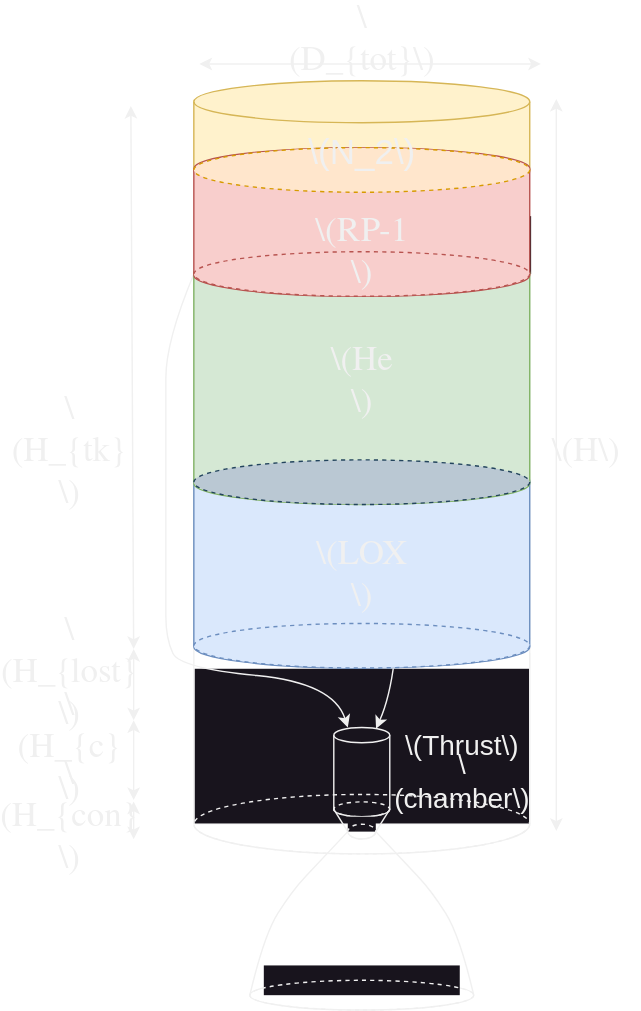
This is Images/DRY-1.svg from turcualexd/Lockheed-Martini, a draw.io export, as it was before one commit. Source tidied: cells renumbered, new cells last; positions are measured from the earlier drawing's top-left corner, leaving out a move shared by most shapes. Source of this version:
```xml
<mxGraphModel math="1">
  <root>
    <mxCell id="0" />
    <mxCell id="1" parent="0" />
    <mxCell id="2" style="group;" parent="1" vertex="1">
      <mxGeometry x="108" y="56" width="261" height="664" as="geometry" />
    </mxCell>
    <mxCell id="3" style="group;" parent="2" vertex="1">
      <mxGeometry width="261" height="552.4" as="geometry" />
    </mxCell>
    <mxCell id="4" style="endArrow=none;html=1;rounded=0;exitX=1;exitY=0.5;exitDx=0;exitDy=0;entryX=1;entryY=1;entryDx=0;entryDy=-15;entryPerimeter=0;" parent="3" edge="1" source="10" target="26">
      <mxGeometry relative="1" as="geometry" />
    </mxCell>
    <mxCell id="5" style="ellipse;whiteSpace=wrap;html=1;fillColor=none;" parent="3" vertex="1">
      <mxGeometry x="20" y="510" width="240" height="42.5" as="geometry" />
    </mxCell>
    <mxCell id="6" style="rounded=0;whiteSpace=wrap;html=1;fillStyle=auto;strokeColor=#FFFFFF;" parent="3" vertex="1">
      <mxGeometry x="20" y="419.6" width="240" height="111.6" as="geometry" />
    </mxCell>
    <mxCell id="7" style="endArrow=none;html=1;rounded=0;entryX=0;entryY=0.5;entryDx=0;entryDy=0;" parent="3" edge="1">
      <mxGeometry relative="1" as="geometry">
        <mxPoint x="20" y="531.2" as="sourcePoint" />
        <mxPoint x="20" y="21.2" as="targetPoint" />
      </mxGeometry>
    </mxCell>
    <mxCell id="8" style="shape=cylinder3;whiteSpace=wrap;html=1;boundedLbl=1;backgroundOutline=1;size=5.441341293590767;" parent="3" vertex="1">
      <mxGeometry x="120" y="462.1" width="40" height="63.7" as="geometry" />
    </mxCell>
    <mxCell id="9" style="ellipse;whiteSpace=wrap;html=1;fillColor=none;dashed=1;" parent="3" vertex="1">
      <mxGeometry x="120" y="515.3" width="40" height="10.6" as="geometry" />
    </mxCell>
    <mxCell id="10" style="ellipse;whiteSpace=wrap;html=1;fillColor=none;dashed=1;" parent="3" vertex="1">
      <mxGeometry x="20" y="510" width="240" height="42.5" as="geometry" />
    </mxCell>
    <mxCell id="11" style="shape=cylinder3;whiteSpace=wrap;html=1;boundedLbl=1;backgroundOutline=1;size=15;" parent="3" vertex="1">
      <mxGeometry x="20" y="122.2" width="240" height="292.2" as="geometry" />
    </mxCell>
    <mxCell id="12" style="ellipse;whiteSpace=wrap;html=1;fillColor=none;dashed=1;" parent="3" vertex="1">
      <mxGeometry x="20" y="382.5" width="240" height="31.9" as="geometry" />
    </mxCell>
    <mxCell id="13" style="edgeStyle=orthogonalEdgeStyle;rounded=0;orthogonalLoop=1;jettySize=auto;html=1;exitX=0.5;exitY=1;exitDx=0;exitDy=0;" parent="3" edge="1" source="18" target="18">
      <mxGeometry relative="1" as="geometry" />
    </mxCell>
    <mxCell id="14" style="curved=1;endArrow=classic;html=1;rounded=0;entryX=0.5;entryY=0;entryDx=0;entryDy=0;entryPerimeter=0;exitX=0;exitY=0.5;exitDx=0;exitDy=0;" parent="3" edge="1" source="30">
      <mxGeometry relative="1" as="geometry">
        <mxPoint x="130" y="462.1" as="targetPoint" />
        <Array as="points">
          <mxPoint y="185.9" />
          <mxPoint y="239" />
          <mxPoint y="324" />
          <mxPoint y="366.5" />
          <mxPoint y="398.4" />
          <mxPoint x="10" y="419.6" />
          <mxPoint x="120" y="430.3" />
        </Array>
      </mxGeometry>
    </mxCell>
    <mxCell id="15" style="curved=1;endArrow=classic;html=1;rounded=0;entryX=0.755;entryY=0.013;entryDx=0;entryDy=0;entryPerimeter=0;exitX=0.597;exitY=0.989;exitDx=0;exitDy=0;exitPerimeter=0;" parent="3" edge="1" source="12" target="8">
      <mxGeometry relative="1" as="geometry">
        <Array as="points">
          <mxPoint x="160" y="440.9" />
        </Array>
      </mxGeometry>
    </mxCell>
    <mxCell id="16" style="ellipse;whiteSpace=wrap;html=1;fillColor=none;dashed=1;" parent="3" vertex="1">
      <mxGeometry x="20" y="270.9" width="240" height="31.9" as="geometry" />
    </mxCell>
    <mxCell id="17" style="ellipse;whiteSpace=wrap;html=1;fillColor=none;dashed=1;" parent="3" vertex="1">
      <mxGeometry x="20" y="270.9" width="240" height="31.9" as="geometry" />
    </mxCell>
    <mxCell id="18" style="rounded=0;whiteSpace=wrap;html=1;fillStyle=auto;strokeColor=#FFFFFF;strokeWidth=0;" parent="3" vertex="1">
      <mxGeometry x="20" y="96.7" width="241" height="41.4" as="geometry" />
    </mxCell>
    <mxCell id="19" style="endArrow=none;html=1;rounded=0;exitX=1;exitY=0;exitDx=0;exitDy=62.5;exitPerimeter=0;entryX=0;entryY=1;entryDx=0;entryDy=0;" parent="3" edge="1" target="18">
      <mxGeometry relative="1" as="geometry">
        <mxPoint x="20" y="70.1" as="sourcePoint" />
      </mxGeometry>
    </mxCell>
    <mxCell id="20" style="ellipse;whiteSpace=wrap;html=1;fillColor=none;dashed=1;" parent="3" vertex="1">
      <mxGeometry x="20" y="122.2" width="240" height="31.9" as="geometry" />
    </mxCell>
    <mxCell id="21" style="shape=cylinder3;whiteSpace=wrap;html=1;boundedLbl=1;backgroundOutline=1;size=15;" parent="3" vertex="1">
      <mxGeometry x="20" y="228.4" width="240" height="74.4" as="geometry" />
    </mxCell>
    <mxCell id="22" style="rounded=0;whiteSpace=wrap;html=1;fillStyle=auto;strokeColor=#FFFFFF;strokeWidth=0;" parent="3" vertex="1">
      <mxGeometry x="20" y="217.8" width="240" height="52.1" as="geometry" />
    </mxCell>
    <mxCell id="23" style="endArrow=none;html=1;rounded=0;exitX=0;exitY=1.057;exitDx=0;exitDy=0;exitPerimeter=0;" parent="3" edge="1" source="22">
      <mxGeometry relative="1" as="geometry">
        <mxPoint x="20" y="196.5" as="targetPoint" />
      </mxGeometry>
    </mxCell>
    <mxCell id="24" style="ellipse;whiteSpace=wrap;html=1;fillColor=none;dashed=1;" parent="3" vertex="1">
      <mxGeometry x="20" y="270.9" width="240" height="31.9" as="geometry" />
    </mxCell>
    <mxCell id="25" style="shape=cylinder3;whiteSpace=wrap;html=1;boundedLbl=1;backgroundOutline=1;size=15;strokeColor=#d6b656;strokeWidth=1;fillStyle=solid;fillColor=#fff2cc;" parent="3" vertex="1">
      <mxGeometry x="20" width="240" height="79.7" as="geometry" />
    </mxCell>
    <mxCell id="26" style="shape=cylinder3;whiteSpace=wrap;html=1;boundedLbl=1;backgroundOutline=1;size=15;strokeColor=#6c8ebf;strokeWidth=1;fillStyle=solid;fillColor=#dae8fc;" parent="3" vertex="1">
      <mxGeometry x="20" y="270.9" width="240" height="148.7" as="geometry" />
    </mxCell>
    <mxCell id="27" style="shape=cylinder3;whiteSpace=wrap;html=1;boundedLbl=1;backgroundOutline=1;size=15;strokeColor=#82b366;strokeWidth=1;fillStyle=solid;fillColor=#d5e8d4;" parent="3" vertex="1">
      <mxGeometry x="20" y="122.2" width="240" height="180.6" as="geometry" />
    </mxCell>
    <mxCell id="28" style="ellipse;whiteSpace=wrap;html=1;fillColor=#bac8d3;dashed=1;fillStyle=auto;strokeColor=#23445d;" parent="3" vertex="1">
      <mxGeometry x="20" y="270.9" width="240" height="31.9" as="geometry" />
    </mxCell>
    <mxCell id="29" style="shape=cylinder3;whiteSpace=wrap;html=1;boundedLbl=1;backgroundOutline=1;size=15;strokeColor=#b85450;strokeWidth=1;fillStyle=solid;fillColor=#f8cecc;" parent="3" vertex="1">
      <mxGeometry x="20" y="47.8" width="240" height="106.2" as="geometry" />
    </mxCell>
    <mxCell id="30" style="ellipse;whiteSpace=wrap;html=1;fillColor=#f8cecc;dashed=1;fillStyle=auto;strokeColor=#b85450;strokeWidth=1;" parent="3" vertex="1">
      <mxGeometry x="20" y="122.2" width="240" height="31.9" as="geometry" />
    </mxCell>
    <mxCell id="31" style="endArrow=none;html=1;rounded=0;exitX=1;exitY=0.5;exitDx=0;exitDy=0;" parent="3" edge="1" source="10">
      <mxGeometry relative="1" as="geometry">
        <mxPoint x="260" y="409" as="targetPoint" />
      </mxGeometry>
    </mxCell>
    <mxCell id="32" style="ellipse;whiteSpace=wrap;html=1;fillColor=#dae8fc;dashed=1;fillStyle=auto;strokeColor=#6c8ebf;" parent="3" vertex="1">
      <mxGeometry x="20" y="387.8" width="240" height="31.9" as="geometry" />
    </mxCell>
    <mxCell id="33" style="ellipse;whiteSpace=wrap;html=1;fillColor=#ffe6cc;dashed=1;fillStyle=auto;strokeColor=#d79b00;" parent="3" vertex="1">
      <mxGeometry x="20" y="47.8" width="240" height="31.9" as="geometry" />
    </mxCell>
    <mxCell id="34" style="endArrow=none;html=1;rounded=0;entryX=0;entryY=0.5;entryDx=0;entryDy=0;" parent="3" edge="1" target="9">
      <mxGeometry relative="1" as="geometry">
        <mxPoint x="130" y="536.5" as="sourcePoint" />
      </mxGeometry>
    </mxCell>
    <mxCell id="35" style="ellipse;whiteSpace=wrap;html=1;fillColor=none;" parent="3" vertex="1">
      <mxGeometry x="130" y="531.2" width="20" height="10.6" as="geometry" />
    </mxCell>
    <mxCell id="36" style="rounded=0;whiteSpace=wrap;html=1;strokeWidth=0;strokeColor=none;" parent="3" vertex="1">
      <mxGeometry x="130" y="525.9" width="20" height="10.6" as="geometry" />
    </mxCell>
    <mxCell id="37" style="ellipse;whiteSpace=wrap;html=1;fillColor=none;dashed=1;strokeWidth=1;" parent="3" vertex="1">
      <mxGeometry x="130" y="531.2" width="20" height="10.6" as="geometry" />
    </mxCell>
    <mxCell id="38" style="endArrow=none;html=1;rounded=0;" parent="3" edge="1">
      <mxGeometry relative="1" as="geometry">
        <mxPoint x="150" y="536.5" as="sourcePoint" />
        <mxPoint x="160" y="520.6" as="targetPoint" />
      </mxGeometry>
    </mxCell>
    <mxCell id="39" value="&lt;font style=&quot;font-size: 25px;&quot;&gt;\(N_2\)&lt;/font&gt;" style="text;html=1;align=center;verticalAlign=middle;whiteSpace=wrap;rounded=0;" parent="3" vertex="1">
      <mxGeometry x="93.5" y="24" width="93" height="51" as="geometry" />
    </mxCell>
    <mxCell id="40" value="&lt;font style=&quot;font-size: 25px;&quot;&gt;\(D_{tot}\)&lt;/font&gt;" style="text;html=1;align=center;verticalAlign=middle;whiteSpace=wrap;rounded=0;fontFamily=Nimbus Roman;" parent="3" vertex="1">
      <mxGeometry x="100.5" y="-56" width="79" height="58" as="geometry" />
    </mxCell>
    <mxCell id="41" value="\(RP-1&lt;br style=&quot;font-size: 25px;&quot;&gt;\)" style="text;align=center;verticalAlign=middle;whiteSpace=wrap;rounded=0;fontFamily=Nimbus Roman;html=1;fontSize=25;" parent="3" vertex="1">
      <mxGeometry x="100.5" y="96.1" width="79" height="58" as="geometry" />
    </mxCell>
    <mxCell id="42" value="\(He&lt;br style=&quot;font-size: 25px;&quot;&gt;\)" style="text;align=center;verticalAlign=middle;whiteSpace=wrap;rounded=0;fontFamily=Nimbus Roman;html=1;fontSize=25;" parent="3" vertex="1">
      <mxGeometry x="100.5" y="188" width="79" height="58" as="geometry" />
    </mxCell>
    <mxCell id="43" value="\(LOX&lt;br style=&quot;font-size: 25px;&quot;&gt;\)" style="text;align=center;verticalAlign=middle;whiteSpace=wrap;rounded=0;fontFamily=Nimbus Roman;html=1;fontSize=25;" parent="3" vertex="1">
      <mxGeometry x="100.5" y="327" width="79" height="58" as="geometry" />
    </mxCell>
    <mxCell id="44" style="group;fontSize=20;" parent="3" vertex="1">
      <mxGeometry x="164" y="447.9" width="96" height="78" as="geometry" />
    </mxCell>
    <mxCell id="45" value="&lt;font style=&quot;font-size: 20px;&quot;&gt;\(Thrust\)&lt;/font&gt;" style="text;align=center;verticalAlign=middle;whiteSpace=wrap;rounded=0;html=1;fontSize=20;" parent="44" vertex="1">
      <mxGeometry width="96" height="52" as="geometry" />
    </mxCell>
    <mxCell id="46" value="&lt;font style=&quot;font-size: 20px;&quot;&gt;\(chamber\)&lt;/font&gt;" style="text;align=center;verticalAlign=middle;whiteSpace=wrap;rounded=0;html=1;fontSize=20;" parent="44" vertex="1">
      <mxGeometry y="26" width="96" height="52" as="geometry" />
    </mxCell>
    <mxCell id="47" style="ellipse;whiteSpace=wrap;html=1;fillColor=none;" parent="2" vertex="1">
      <mxGeometry x="60" y="642.8" width="160" height="21.2" as="geometry" />
    </mxCell>
    <mxCell id="48" style="rounded=0;whiteSpace=wrap;html=1;strokeColor=none;" parent="2" vertex="1">
      <mxGeometry x="70" y="632.1" width="140" height="21.2" as="geometry" />
    </mxCell>
    <mxCell id="49" style="curved=1;endArrow=none;html=1;rounded=0;endFill=0;exitX=0;exitY=0.5;exitDx=0;exitDy=0;entryX=0;entryY=0.5;entryDx=0;entryDy=0;" parent="2" edge="1" source="47" target="37">
      <mxGeometry relative="1" as="geometry">
        <Array as="points">
          <mxPoint x="70" y="610.9" />
          <mxPoint x="90" y="579" />
          <mxPoint x="110" y="557.8" />
        </Array>
      </mxGeometry>
    </mxCell>
    <mxCell id="50" style="curved=1;endArrow=none;html=1;rounded=0;endFill=0;exitX=0;exitY=0.5;exitDx=0;exitDy=0;entryX=0;entryY=0.5;entryDx=0;entryDy=0;" parent="2" edge="1">
      <mxGeometry relative="1" as="geometry">
        <mxPoint x="220" y="653.4" as="sourcePoint" />
        <mxPoint x="150" y="536.5" as="targetPoint" />
        <Array as="points">
          <mxPoint x="210" y="610.9" />
          <mxPoint x="190" y="579" />
          <mxPoint x="170" y="557.8" />
        </Array>
      </mxGeometry>
    </mxCell>
    <mxCell id="51" style="ellipse;whiteSpace=wrap;html=1;fillColor=none;dashed=1;" parent="2" vertex="1">
      <mxGeometry x="60" y="642.8" width="160" height="21.2" as="geometry" />
    </mxCell>
    <mxCell id="52" style="endArrow=classic;startArrow=classic;html=1;rounded=0;" parent="1" edge="1">
      <mxGeometry relative="1" as="geometry">
        <mxPoint x="387" y="592" as="sourcePoint" />
        <mxPoint x="387" y="69" as="targetPoint" />
      </mxGeometry>
    </mxCell>
    <mxCell id="53" value="&lt;font face=&quot;Nimbus Roman&quot; style=&quot;font-size: 25px;&quot;&gt;\(H\)&lt;/font&gt;" style="text;html=1;align=center;verticalAlign=middle;whiteSpace=wrap;rounded=0;" parent="1" vertex="1">
      <mxGeometry x="369" y="294" width="79" height="58" as="geometry" />
    </mxCell>
    <mxCell id="54" style="endArrow=classic;startArrow=classic;html=1;rounded=0;" parent="1" edge="1">
      <mxGeometry relative="1" as="geometry">
        <mxPoint x="132" y="44" as="sourcePoint" />
        <mxPoint x="376" y="44" as="targetPoint" />
      </mxGeometry>
    </mxCell>
    <mxCell id="55" style="endArrow=classic;startArrow=classic;html=1;rounded=0;" parent="1" edge="1">
      <mxGeometry relative="1" as="geometry">
        <mxPoint x="85" y="462" as="sourcePoint" />
        <mxPoint x="83" y="74" as="targetPoint" />
      </mxGeometry>
    </mxCell>
    <mxCell id="56" value="\(H_{tk}&lt;br style=&quot;font-size: 25px;&quot;&gt;\)" style="text;align=center;verticalAlign=middle;whiteSpace=wrap;rounded=0;fontFamily=Nimbus Roman;html=1;fontSize=25;" parent="1" vertex="1">
      <mxGeometry y="294" width="79" height="58" as="geometry" />
    </mxCell>
    <mxCell id="57" value="\(H_{lost}&lt;br style=&quot;font-size: 25px;&quot;&gt;\)" style="text;align=center;verticalAlign=middle;whiteSpace=wrap;rounded=0;fontFamily=Nimbus Roman;html=1;fontSize=25;" parent="1" vertex="1">
      <mxGeometry y="452" width="79" height="58" as="geometry" />
    </mxCell>
    <mxCell id="58" value="\(H_{c}&lt;br style=&quot;font-size: 25px;&quot;&gt;\)" style="text;align=center;verticalAlign=middle;whiteSpace=wrap;rounded=0;fontFamily=Nimbus Roman;html=1;fontSize=25;" parent="1" vertex="1">
      <mxGeometry y="506" width="79" height="58" as="geometry" />
    </mxCell>
    <mxCell id="59" value="\(H_{con}&lt;br&gt;\)" style="text;align=center;verticalAlign=middle;whiteSpace=wrap;rounded=0;fontFamily=Nimbus Roman;fontSize=25;html=1;" parent="1" vertex="1">
      <mxGeometry y="555" width="79" height="58" as="geometry" />
    </mxCell>
    <mxCell id="60" style="endArrow=classic;startArrow=classic;html=1;rounded=0;" parent="1" edge="1">
      <mxGeometry relative="1" as="geometry">
        <mxPoint x="85" y="570" as="sourcePoint" />
        <mxPoint x="85" y="513" as="targetPoint" />
      </mxGeometry>
    </mxCell>
    <mxCell id="61" style="endArrow=classic;startArrow=classic;html=1;rounded=0;" parent="1" edge="1">
      <mxGeometry relative="1" as="geometry">
        <mxPoint x="85" y="598" as="sourcePoint" />
        <mxPoint x="85" y="571" as="targetPoint" />
      </mxGeometry>
    </mxCell>
    <mxCell id="62" style="endArrow=classic;startArrow=classic;html=1;rounded=0;" parent="1" edge="1">
      <mxGeometry relative="1" as="geometry">
        <mxPoint x="85" y="513" as="sourcePoint" />
        <mxPoint x="85" y="462" as="targetPoint" />
      </mxGeometry>
    </mxCell>
  </root>
</mxGraphModel>
```
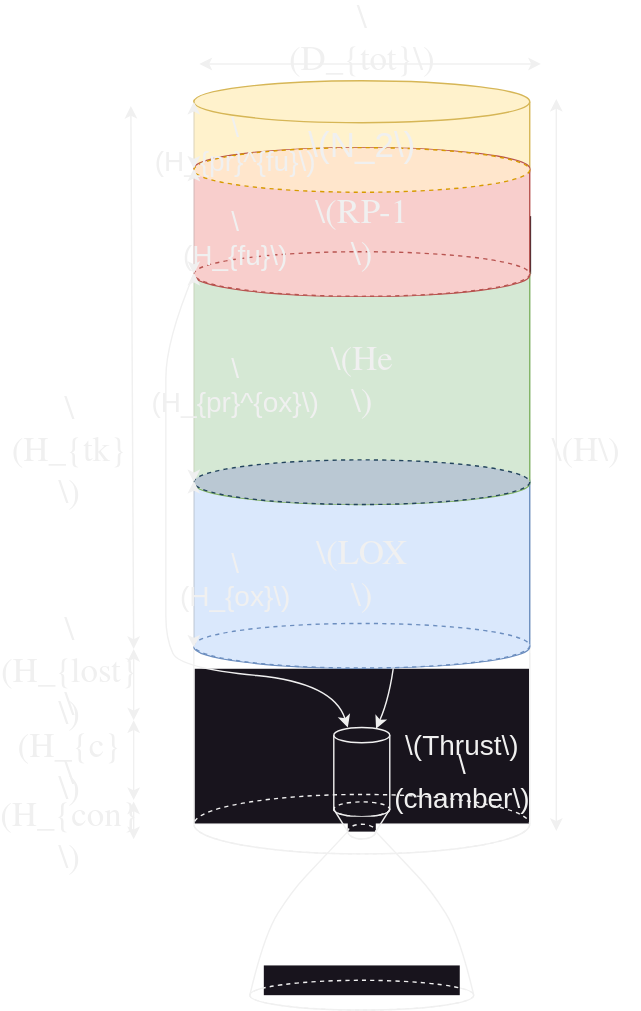
Later version of the same file.

What changed in the source:
```diff
@@ -143,13 +143,13 @@
       </mxGeometry>
     </mxCell>
     <mxCell id="39" value="&lt;font style=&quot;font-size: 25px;&quot;&gt;\(N_2\)&lt;/font&gt;" style="text;html=1;align=center;verticalAlign=middle;whiteSpace=wrap;rounded=0;" parent="3" vertex="1">
-      <mxGeometry x="93.5" y="24" width="93" height="51" as="geometry" />
+      <mxGeometry x="93.5" y="19" width="93" height="51" as="geometry" />
     </mxCell>
     <mxCell id="40" value="&lt;font style=&quot;font-size: 25px;&quot;&gt;\(D_{tot}\)&lt;/font&gt;" style="text;html=1;align=center;verticalAlign=middle;whiteSpace=wrap;rounded=0;fontFamily=Nimbus Roman;" parent="3" vertex="1">
       <mxGeometry x="100.5" y="-56" width="79" height="58" as="geometry" />
     </mxCell>
     <mxCell id="41" value="\(RP-1&lt;br style=&quot;font-size: 25px;&quot;&gt;\)" style="text;align=center;verticalAlign=middle;whiteSpace=wrap;rounded=0;fontFamily=Nimbus Roman;html=1;fontSize=25;" parent="3" vertex="1">
-      <mxGeometry x="100.5" y="96.1" width="79" height="58" as="geometry" />
+      <mxGeometry x="100.5" y="83.1" width="79" height="58" as="geometry" />
     </mxCell>
     <mxCell id="42" value="\(He&lt;br style=&quot;font-size: 25px;&quot;&gt;\)" style="text;align=center;verticalAlign=middle;whiteSpace=wrap;rounded=0;fontFamily=Nimbus Roman;html=1;fontSize=25;" parent="3" vertex="1">
       <mxGeometry x="100.5" y="188" width="79" height="58" as="geometry" />
@@ -166,6 +166,27 @@
     <mxCell id="46" value="&lt;font style=&quot;font-size: 20px;&quot;&gt;\(chamber\)&lt;/font&gt;" style="text;align=center;verticalAlign=middle;whiteSpace=wrap;rounded=0;html=1;fontSize=20;" parent="44" vertex="1">
       <mxGeometry y="26" width="96" height="52" as="geometry" />
     </mxCell>
+    <mxCell id="63" style="endArrow=classic;startArrow=classic;html=1;rounded=0;exitX=0;exitY=0;exitDx=0;exitDy=15;exitPerimeter=0;entryX=0;entryY=0;entryDx=0;entryDy=15;entryPerimeter=0;" parent="3" edge="1" source="29" target="25">
+      <mxGeometry relative="1" as="geometry" />
+    </mxCell>
+    <mxCell id="64" style="endArrow=classic;startArrow=classic;html=1;rounded=0;entryX=0;entryY=0;entryDx=0;entryDy=15;entryPerimeter=0;exitX=0;exitY=0.5;exitDx=0;exitDy=0;" parent="3" edge="1" source="20" target="29">
+      <mxGeometry relative="1" as="geometry" />
+    </mxCell>
+    <mxCell id="65" style="endArrow=classic;startArrow=classic;html=1;rounded=0;entryX=0;entryY=0;entryDx=0;entryDy=15;entryPerimeter=0;exitX=0;exitY=0.5;exitDx=0;exitDy=0;" parent="3" edge="1" source="24" target="27">
+      <mxGeometry relative="1" as="geometry" />
+    </mxCell>
+    <mxCell id="66" value="&lt;font style=&quot;font-size: 20px;&quot;&gt;\(H_{ox}\)&lt;/font&gt;" style="text;html=1;align=center;verticalAlign=middle;whiteSpace=wrap;rounded=0;" parent="3" vertex="1">
+      <mxGeometry x="20" y="341" width="60" height="30" as="geometry" />
+    </mxCell>
+    <mxCell id="67" value="&lt;font style=&quot;font-size: 20px;&quot;&gt;\(H_{pr}^{ox}\)&lt;/font&gt;" style="text;html=1;align=center;verticalAlign=middle;whiteSpace=wrap;rounded=0;" parent="3" vertex="1">
+      <mxGeometry x="20" y="202" width="60" height="30" as="geometry" />
+    </mxCell>
+    <mxCell id="68" value="&lt;font style=&quot;font-size: 20px;&quot;&gt;\(H_{fu}\)&lt;/font&gt;" style="text;html=1;align=center;verticalAlign=middle;whiteSpace=wrap;rounded=0;" parent="3" vertex="1">
+      <mxGeometry x="20" y="97" width="60" height="30" as="geometry" />
+    </mxCell>
+    <mxCell id="69" value="&lt;font style=&quot;font-size: 20px;&quot;&gt;\(H_{pr}^{fu}\)&lt;/font&gt;" style="text;html=1;align=center;verticalAlign=middle;whiteSpace=wrap;rounded=0;" parent="3" vertex="1">
+      <mxGeometry x="20" y="30" width="60" height="30" as="geometry" />
+    </mxCell>
     <mxCell id="47" style="ellipse;whiteSpace=wrap;html=1;fillColor=none;" parent="2" vertex="1">
       <mxGeometry x="60" y="642.8" width="160" height="21.2" as="geometry" />
     </mxCell>
@@ -246,5 +267,10 @@
         <mxPoint x="85" y="462" as="targetPoint" />
       </mxGeometry>
     </mxCell>
+    <mxCell id="70" style="endArrow=classic;startArrow=classic;html=1;rounded=0;entryX=0;entryY=0;entryDx=0;entryDy=15;entryPerimeter=0;" parent="1" edge="1" target="26">
+      <mxGeometry relative="1" as="geometry">
+        <mxPoint x="128" y="461" as="sourcePoint" />
+      </mxGeometry>
+    </mxCell>
   </root>
 </mxGraphModel>
```
